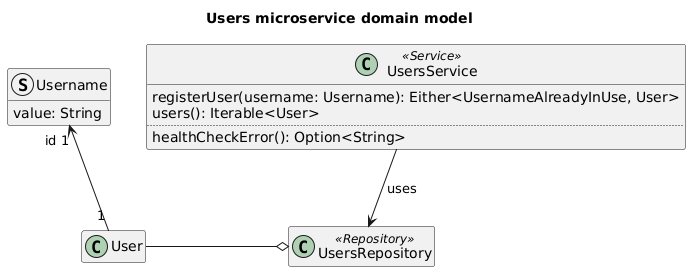
Earlier version of the PlantUML export doc/diagrams/users-microservice-domain-model.png (Ventus218/SAP-assignment-03).
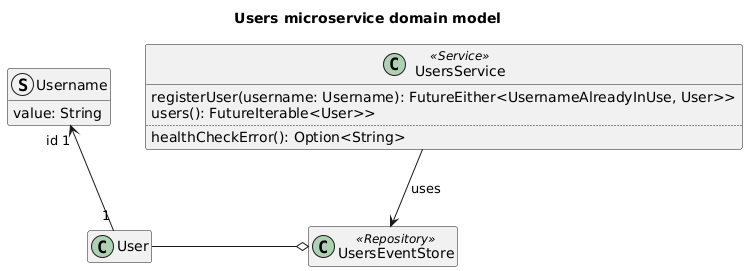
After the commit.

Diff of the diagram source:
```diff
@@ -9,17 +9,17 @@
 }
 User "1" -u-> "id 1" Username
 
-class UsersRepository <<Repository>>
-UsersRepository o-l- User
+class UsersEventStore <<Repository>>
+UsersEventStore o-l- User
 
 class UsersService <<Service>> {
-    registerUser(username: Username): Either<UsernameAlreadyInUse, User>
-    users(): Iterable<User>
+    registerUser(username: Username): FutureEither<UsernameAlreadyInUse, User>>
+    users(): FutureIterable<User>>
     ..
     healthCheckError(): Option<String>
 }
 
-UsersService --> UsersRepository : "uses"
+UsersService --> UsersEventStore : "uses"
 
 hide empty members
 
```
